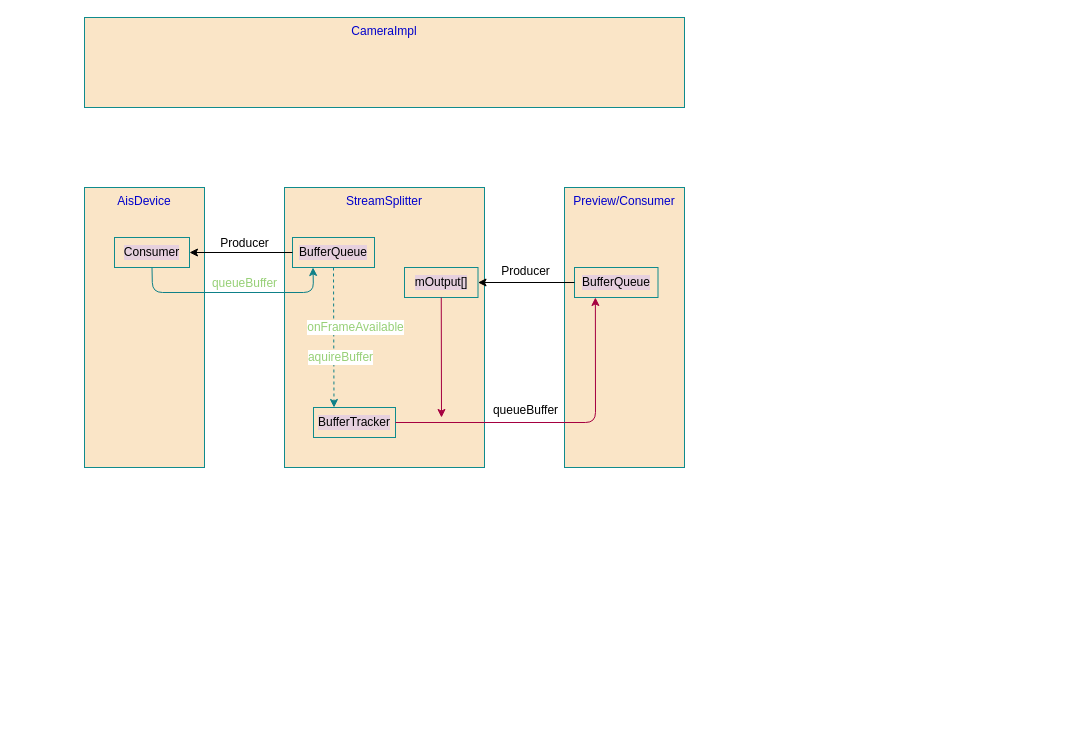
Above: page "Camera3StreamSplitter" (2 of 3) of camera.drawio in milk1990/AndFix (draw.io), before the change. Source tidied: cells renumbered, new cells numbered last; positions are measured from the earlier drawing's top-left corner, leaving out a move shared by most shapes. Both pictures are drawn from the tidied source at 100%, with x=0, y=0 at pixel (84, 17).
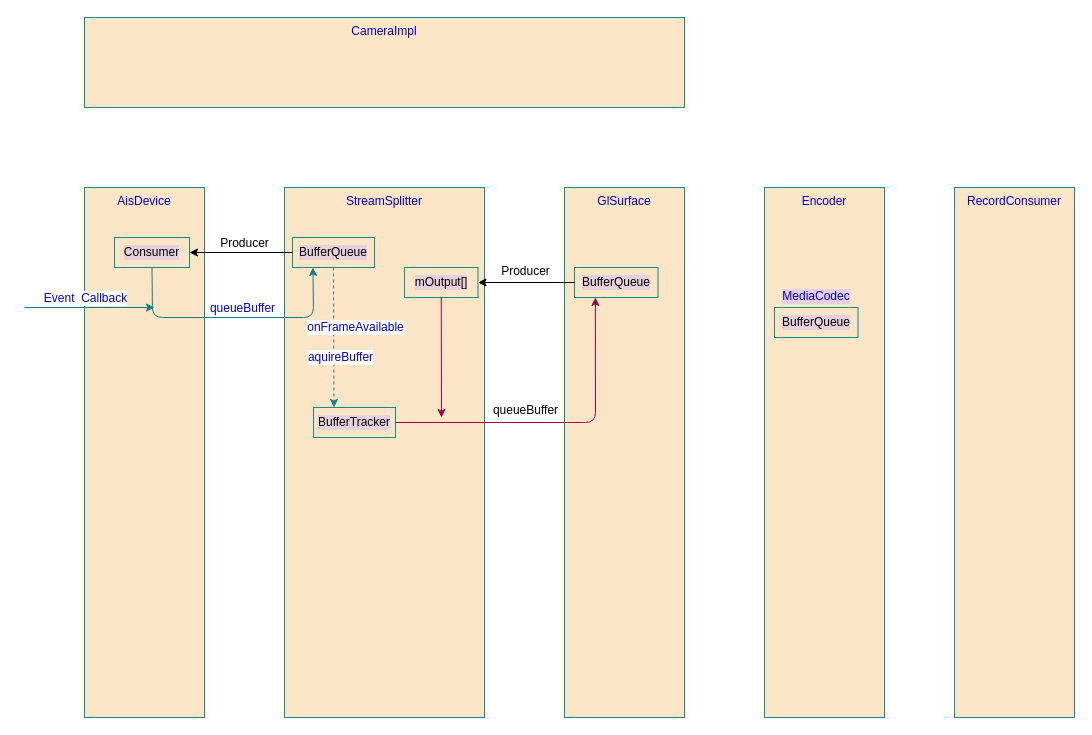
Above is the later version.

Unchanged cells that the change refers to:
```xml
<mxCell id="6" value="BufferQueue" style="rounded=0;whiteSpace=wrap;html=1;labelBackgroundColor=#E6D0DE;sketch=0;fontSize=12;fontColor=#000000;strokeColor=#0F8B8D;fillColor=#FAE5C7;" parent="1" vertex="1">
  <mxGeometry x="208" y="220" width="82" height="30" as="geometry" />
</mxCell>
<mxCell id="9" value="Consumer" style="rounded=0;whiteSpace=wrap;html=1;labelBackgroundColor=#E6D0DE;sketch=0;fontSize=12;fontColor=#000000;strokeColor=#0F8B8D;fillColor=#FAE5C7;" parent="1" vertex="1">
  <mxGeometry x="30" y="220" width="75" height="30" as="geometry" />
</mxCell>
<mxCell id="17" style="endArrow=classic;html=1;rounded=1;sketch=0;fontSize=12;fontColor=#000000;strokeColor=#0e8088;fillColor=#b0e3e6;curved=0;exitX=0.5;exitY=1;exitDx=0;exitDy=0;entryX=0.25;entryY=0;entryDx=0;entryDy=0;dashed=1;" parent="1" edge="1" target="16">
  <mxGeometry relative="1" as="geometry">
    <mxPoint x="249" y="250" as="sourcePoint" />
  </mxGeometry>
</mxCell>
```

The edit, as a diff of the source:
```diff
@@
     <mxCell id="2" value="StreamSplitter" style="rounded=0;whiteSpace=wrap;html=1;sketch=0;fontSize=12;fontColor=#0000CC;strokeColor=#0F8B8D;fillColor=#FAE5C7;verticalAlign=top;" parent="1" vertex="1">
-      <mxGeometry x="200" y="170" width="200" height="280" as="geometry" />
+      <mxGeometry x="200" y="170" width="200" height="530" as="geometry" />
     </mxCell>
-    <mxCell id="3" value="Preview/Consumer" style="rounded=0;whiteSpace=wrap;html=1;sketch=0;fontSize=12;fontColor=#0000CC;strokeColor=#0F8B8D;fillColor=#FAE5C7;verticalAlign=top;" parent="1" vertex="1">
-      <mxGeometry x="480" y="170" width="120" height="280" as="geometry" />
+    <mxCell id="3" value="GlSurface" style="rounded=0;whiteSpace=wrap;html=1;sketch=0;fontSize=12;fontColor=#0000CC;strokeColor=#0F8B8D;fillColor=#FAE5C7;verticalAlign=top;" parent="1" vertex="1">
+      <mxGeometry x="480" y="170" width="120" height="530" as="geometry" />
     </mxCell>
     <mxCell id="4" value="AisDevice" style="rounded=0;whiteSpace=wrap;html=1;sketch=0;fontSize=12;fontColor=#0000CC;strokeColor=#0F8B8D;fillColor=#FAE5C7;verticalAlign=top;" parent="1" vertex="1">
-      <mxGeometry y="170" width="120" height="280" as="geometry" />
+      <mxGeometry y="170" width="120" height="530" as="geometry" />
     </mxCell>
@@
     <mxCell id="10" style="endArrow=classic;html=1;rounded=1;sketch=0;fontSize=12;fontColor=#000000;strokeColor=#0e8088;fillColor=#b0e3e6;curved=0;exitX=0.5;exitY=1;exitDx=0;exitDy=0;entryX=0.25;entryY=1;entryDx=0;entryDy=0;" parent="1" edge="1" source="9" target="6">
       <mxGeometry relative="1" as="geometry">
         <Array as="points">
-          <mxPoint x="68" y="275" />
-          <mxPoint x="229" y="275" />
+          <mxPoint x="68" y="300" />
+          <mxPoint x="229" y="300" />
         </Array>
       </mxGeometry>
     </mxCell>
-    <mxCell id="11" value="queueBuffer" style="edgeLabel;html=1;align=center;verticalAlign=middle;fontSize=12;fontColor=#97D077;" parent="10" vertex="1">
+    <mxCell id="11" value="queueBuffer" style="edgeLabel;html=1;align=center;verticalAlign=middle;fontSize=12;fontColor=#0000CC;" parent="10" vertex="1">
       <mxGeometry x="-0.09" relative="1" as="geometry">
         <mxPoint x="21" y="-10" as="offset" />
       </mxGeometry>
     </mxCell>
@@
-    <mxCell id="18" value="onFrameAvailable" style="edgeLabel;html=1;align=center;verticalAlign=middle;fontSize=12;fontColor=#97D077;" parent="17" vertex="1">
+    <mxCell id="18" value="onFrameAvailable" style="edgeLabel;html=1;align=center;verticalAlign=middle;fontSize=12;fontColor=#0000CC;" parent="17" vertex="1">
       <mxGeometry x="0.17" y="1" relative="1" as="geometry">
         <mxPoint x="20" y="-22" as="offset" />
       </mxGeometry>
     </mxCell>
-    <mxCell id="19" value="aquireBuffer" style="edgeLabel;html=1;align=center;verticalAlign=middle;fontSize=12;fontColor=#97D077;" parent="17" vertex="1">
+    <mxCell id="19" value="aquireBuffer" style="edgeLabel;html=1;align=center;verticalAlign=middle;fontSize=12;fontColor=#0000CC;" parent="17" vertex="1">
       <mxGeometry x="0.38" relative="1" as="geometry">
         <mxPoint x="6" y="-7" as="offset" />
       </mxGeometry>
     </mxCell>
@@
+    <mxCell id="23" style="endArrow=classic;html=1;rounded=1;sketch=0;fontSize=12;fontColor=#97D077;strokeColor=#0e8088;fillColor=#b0e3e6;curved=0;" parent="1" edge="1">
+      <mxGeometry relative="1" as="geometry">
+        <mxPoint x="-60" y="290" as="sourcePoint" />
+        <mxPoint x="70" y="290" as="targetPoint" />
+      </mxGeometry>
+    </mxCell>
+    <mxCell id="24" value="Event&amp;nbsp; Callback" style="edgeLabel;html=1;align=center;verticalAlign=middle;fontSize=12;fontColor=#0000CC;" parent="23" vertex="1">
+      <mxGeometry x="-0.52" y="-1" relative="1" as="geometry">
+        <mxPoint x="29" y="-11" as="offset" />
+      </mxGeometry>
+    </mxCell>
+    <mxCell id="25" value="Encoder" style="rounded=0;whiteSpace=wrap;html=1;sketch=0;fontSize=12;fontColor=#0000CC;strokeColor=#0F8B8D;fillColor=#FAE5C7;verticalAlign=top;" parent="1" vertex="1">
+      <mxGeometry x="680" y="170" width="120" height="530" as="geometry" />
+    </mxCell>
+    <mxCell id="26" value="RecordConsumer" style="rounded=0;whiteSpace=wrap;html=1;sketch=0;fontSize=12;fontColor=#0000CC;strokeColor=#0F8B8D;fillColor=#FAE5C7;verticalAlign=top;" parent="1" vertex="1">
+      <mxGeometry x="870" y="170" width="120" height="530" as="geometry" />
+    </mxCell>
+    <mxCell id="27" value="BufferQueue" style="rounded=0;whiteSpace=wrap;html=1;labelBackgroundColor=#E6D0DE;sketch=0;fontSize=12;fontColor=#000000;strokeColor=#0F8B8D;fillColor=#FAE5C7;" parent="1" vertex="1">
+      <mxGeometry x="690" y="290" width="83.5" height="30" as="geometry" />
+    </mxCell>
+    <mxCell id="28" value="MediaCodec" style="text;html=1;strokeColor=none;fillColor=none;align=center;verticalAlign=middle;whiteSpace=wrap;rounded=0;labelBackgroundColor=#E6D0DE;sketch=0;fontSize=12;fontColor=#0000CC;" parent="1" vertex="1">
+      <mxGeometry x="692.8" y="264" width="78.2" height="30" as="geometry" />
+    </mxCell>
```
